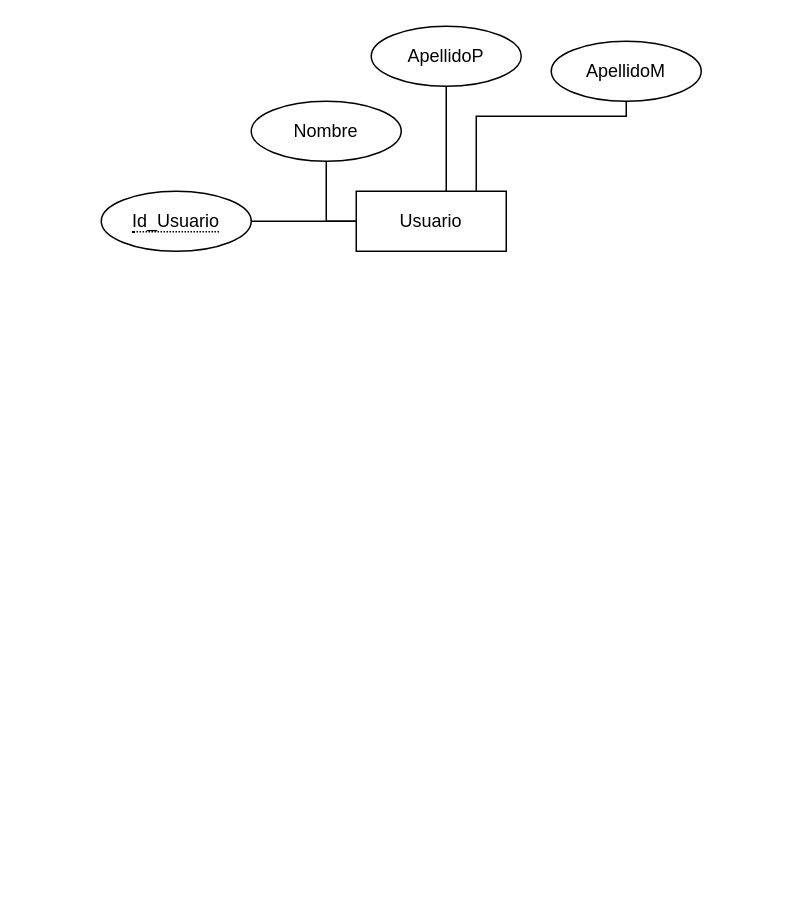
Above: page "Modelo_ER" (2 of 3) of Proyecto_Desarrollo.drawio in JlchavezG/ProyectoP (draw.io), before the change. Source tidied: cells renumbered, new cells numbered last; positions are measured from the earlier drawing's top-left corner, leaving out a move shared by most shapes. Both pictures are drawn from the tidied source at 150%, with x=0, y=0 at pixel (100, 26).
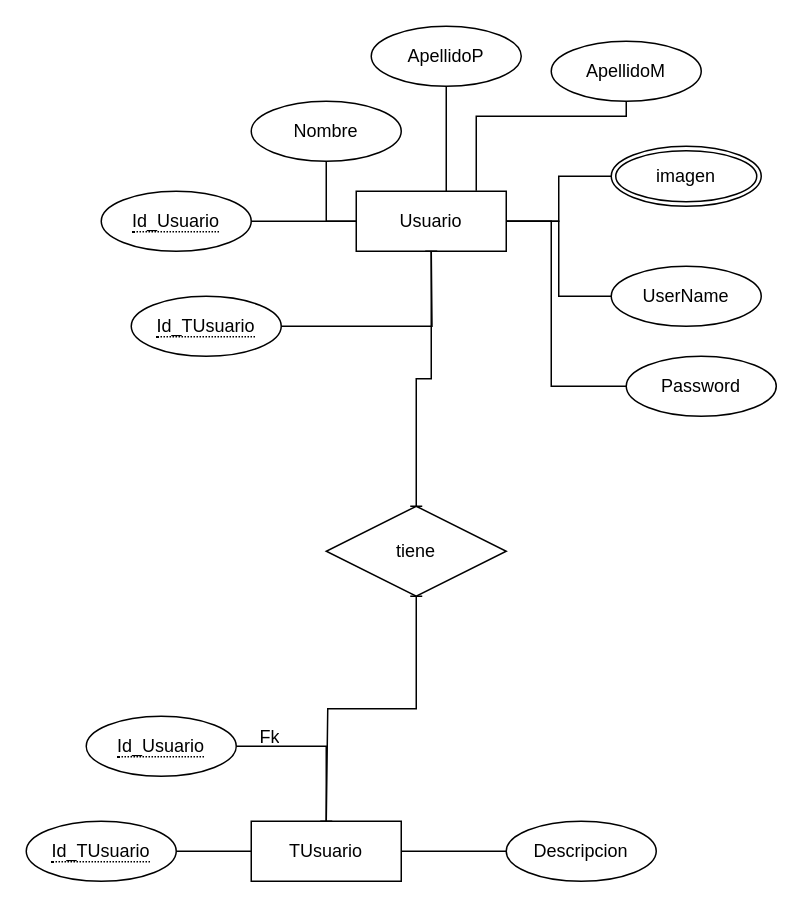
The same page after the edit.

Unchanged cells that the change refers to:
```xml
<mxCell id="2" value="Usuario" style="whiteSpace=wrap;html=1;align=center;" parent="1" vertex="1">
  <mxGeometry x="170" y="110" width="100" height="40" as="geometry" />
</mxCell>
```

What changed in the source:
```diff
@@
+    <mxCell id="11" style="edgeStyle=orthogonalEdgeStyle;rounded=0;jettySize=auto;html=1;entryX=1;entryY=0.5;entryDx=0;entryDy=0;endArrow=none;endFill=0;" parent="1" edge="1" source="12" target="2">
+      <mxGeometry relative="1" as="geometry" />
+    </mxCell>
+    <mxCell id="12" value="imagen" style="ellipse;shape=doubleEllipse;margin=3;whiteSpace=wrap;html=1;align=center;" parent="1" vertex="1">
+      <mxGeometry x="340" y="80" width="100" height="40" as="geometry" />
+    </mxCell>
+    <mxCell id="13" style="edgeStyle=orthogonalEdgeStyle;rounded=0;jettySize=auto;html=1;entryX=1;entryY=0.5;entryDx=0;entryDy=0;endArrow=none;endFill=0;" parent="1" edge="1" source="14" target="2">
+      <mxGeometry relative="1" as="geometry" />
+    </mxCell>
+    <mxCell id="14" value="UserName" style="ellipse;whiteSpace=wrap;html=1;align=center;" parent="1" vertex="1">
+      <mxGeometry x="340" y="160" width="100" height="40" as="geometry" />
+    </mxCell>
+    <mxCell id="15" style="edgeStyle=orthogonalEdgeStyle;rounded=0;jettySize=auto;html=1;entryX=1;entryY=0.5;entryDx=0;entryDy=0;endArrow=none;endFill=0;" parent="1" edge="1" source="16" target="2">
+      <mxGeometry relative="1" as="geometry">
+        <Array as="points">
+          <mxPoint x="300" y="240" />
+          <mxPoint x="300" y="130" />
+        </Array>
+      </mxGeometry>
+    </mxCell>
+    <mxCell id="16" value="Password" style="ellipse;whiteSpace=wrap;html=1;align=center;" parent="1" vertex="1">
+      <mxGeometry x="350" y="220" width="100" height="40" as="geometry" />
+    </mxCell>
+    <mxCell id="17" style="edgeStyle=orthogonalEdgeStyle;rounded=0;jettySize=auto;html=1;entryX=0;entryY=0.5;entryDx=0;entryDy=0;endArrow=none;endFill=0;" parent="1" edge="1" source="18" target="24">
+      <mxGeometry relative="1" as="geometry" />
+    </mxCell>
+    <mxCell id="18" value="TUsuario" style="whiteSpace=wrap;html=1;align=center;" parent="1" vertex="1">
+      <mxGeometry x="100" y="530" width="100" height="40" as="geometry" />
+    </mxCell>
+    <mxCell id="19" style="edgeStyle=orthogonalEdgeStyle;rounded=0;jettySize=auto;html=1;entryX=0;entryY=0.5;entryDx=0;entryDy=0;endArrow=none;endFill=0;" parent="1" edge="1" source="20" target="18">
+      <mxGeometry relative="1" as="geometry" />
+    </mxCell>
+    <mxCell id="20" value="&lt;span style=&quot;border-bottom: 1px dotted&quot;&gt;Id_TUsuario&lt;/span&gt;" style="ellipse;whiteSpace=wrap;html=1;align=center;" parent="1" vertex="1">
+      <mxGeometry x="-50" y="530" width="100" height="40" as="geometry" />
+    </mxCell>
+    <mxCell id="21" style="edgeStyle=orthogonalEdgeStyle;rounded=0;jettySize=auto;html=1;entryX=0.5;entryY=0;entryDx=0;entryDy=0;endArrow=none;endFill=0;" parent="1" edge="1" source="22" target="18">
+      <mxGeometry relative="1" as="geometry" />
+    </mxCell>
+    <mxCell id="22" value="&lt;span style=&quot;border-bottom: 1px dotted&quot;&gt;Id_Usuario&lt;/span&gt;" style="ellipse;whiteSpace=wrap;html=1;align=center;" parent="1" vertex="1">
+      <mxGeometry x="-10" y="460" width="100" height="40" as="geometry" />
+    </mxCell>
+    <mxCell id="23" value="Fk" style="text;strokeColor=none;fillColor=none;spacingLeft=4;spacingRight=4;overflow=hidden;fontSize=12;whiteSpace=wrap;html=1;" parent="1" vertex="1">
+      <mxGeometry x="100" y="460" width="40" height="30" as="geometry" />
+    </mxCell>
+    <mxCell id="24" value="Descripcion" style="ellipse;whiteSpace=wrap;html=1;align=center;" parent="1" vertex="1">
+      <mxGeometry x="270" y="530" width="100" height="40" as="geometry" />
+    </mxCell>
+    <mxCell id="25" style="edgeStyle=orthogonalEdgeStyle;rounded=0;jettySize=auto;html=1;exitX=0.5;exitY=1;exitDx=0;exitDy=0;endArrow=baseDash;endFill=0;startArrow=baseDash;startFill=0;" parent="1" edge="1" source="26">
+      <mxGeometry relative="1" as="geometry">
+        <mxPoint x="150" y="530" as="targetPoint" />
+        <Array as="points">
+          <mxPoint x="210" y="455" />
+          <mxPoint x="151" y="455" />
+        </Array>
+      </mxGeometry>
+    </mxCell>
+    <mxCell id="26" value="tiene" style="shape=rhombus;perimeter=rhombusPerimeter;whiteSpace=wrap;html=1;align=center;" parent="1" vertex="1">
+      <mxGeometry x="150" y="320" width="120" height="60" as="geometry" />
+    </mxCell>
+    <mxCell id="27" style="edgeStyle=orthogonalEdgeStyle;rounded=0;jettySize=auto;html=1;endArrow=baseDash;endFill=0;startArrow=baseDash;startFill=0;" parent="1" edge="1" source="26" target="2">
+      <mxGeometry relative="1" as="geometry">
+        <Array as="points">
+          <mxPoint x="210" y="235" />
+          <mxPoint x="220" y="235" />
+        </Array>
+      </mxGeometry>
+    </mxCell>
+    <mxCell id="28" style="edgeStyle=orthogonalEdgeStyle;rounded=0;jettySize=auto;html=1;endArrow=none;endFill=0;" parent="1" edge="1" source="29">
+      <mxGeometry relative="1" as="geometry">
+        <mxPoint x="220" y="150" as="targetPoint" />
+      </mxGeometry>
+    </mxCell>
+    <mxCell id="29" value="&lt;span style=&quot;border-bottom: 1px dotted&quot;&gt;Id_TUsuario&lt;/span&gt;" style="ellipse;whiteSpace=wrap;html=1;align=center;" parent="1" vertex="1">
+      <mxGeometry x="20" y="180" width="100" height="40" as="geometry" />
+    </mxCell>
```
